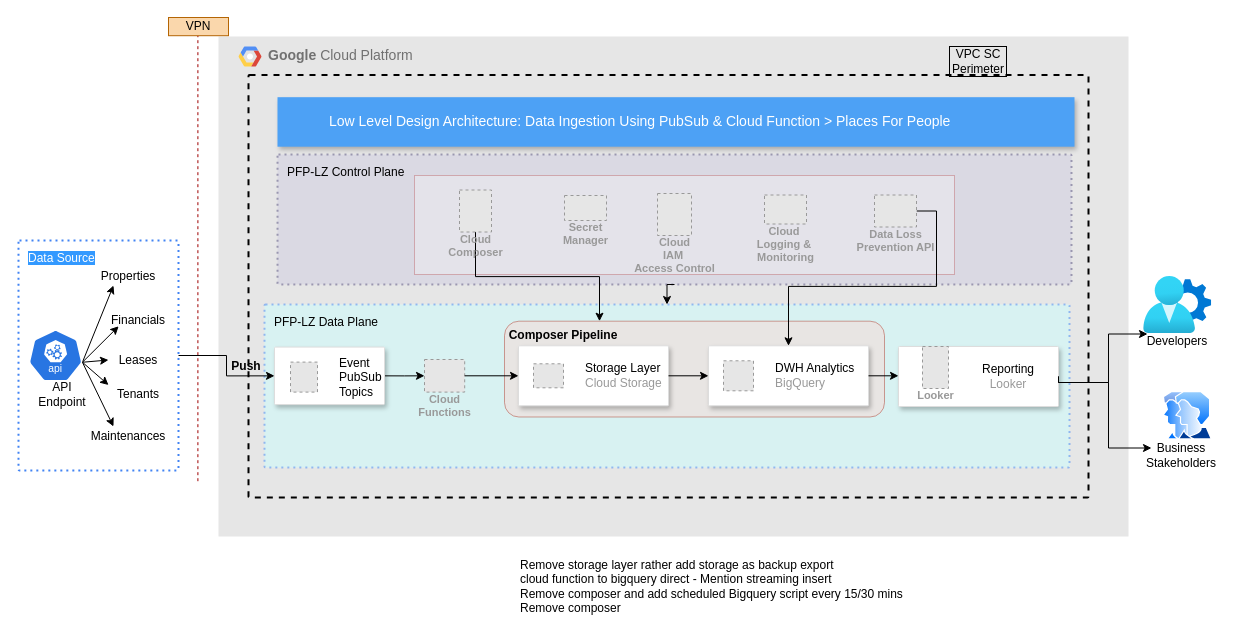
Earlier version of the draw.io diagram PFP-Sample/PFP-LLD-Approach2-v2.drawio (harshaldharme/ProjectSpaces). Source tidied: cells renumbered, new cells numbered last; positions are measured from the earlier drawing's top-left corner, leaving out a move shared by most shapes. Both pictures are drawn from the tidied source at 100%, with x=0, y=0 at pixel (18, 17). Pictures stored in the file or linked from it are replaced by grey dashed boxes.
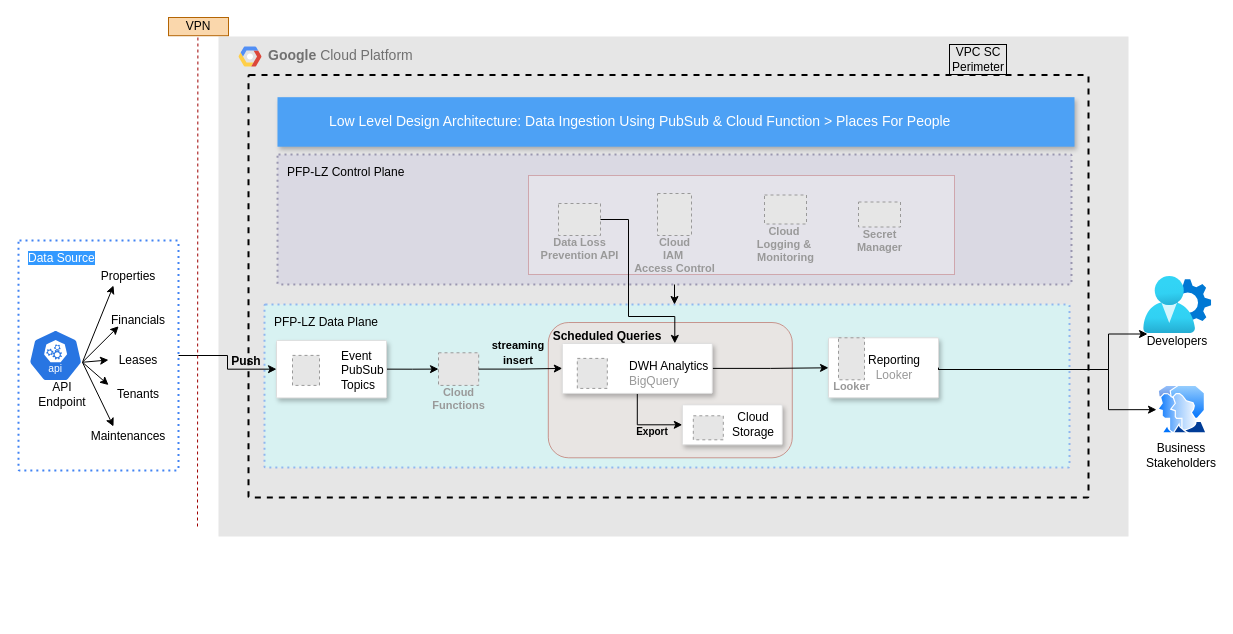
Above is the later version.

The change refers to these unchanged cells:
```xml
<mxCell id="3" value="&lt;font color=&quot;#000000&quot;&gt;PFP-LZ Data Plane&lt;/font&gt;" style="rounded=1;absoluteArcSize=1;arcSize=2;html=1;strokeColor=#4284F3;gradientColor=none;shadow=0;dashed=1;fontSize=12;fontColor=#9E9E9E;align=left;verticalAlign=top;spacing=10;spacingTop=-4;fillColor=#CCFFFF;dashPattern=1 2;strokeWidth=2;opacity=50;" parent="1" vertex="1">
  <mxGeometry x="246" y="287" width="805" height="163" as="geometry" />
</mxCell>
<mxCell id="21" value="PFP-LZ Control Plane" style="rounded=1;absoluteArcSize=1;arcSize=2;html=1;strokeColor=#56517e;shadow=0;dashed=1;fontSize=12;align=left;verticalAlign=top;spacing=10;spacingTop=-4;fillColor=#d0cee2;dashPattern=1 2;strokeWidth=2;opacity=50;" parent="1" vertex="1">
  <mxGeometry x="259" y="137" width="794" height="130" as="geometry" />
</mxCell>
<mxCell id="32" value="Business&lt;div&gt;Stakeholders&lt;/div&gt;" style="text;html=1;align=center;verticalAlign=middle;whiteSpace=wrap;rounded=0;" parent="1" vertex="1">
  <mxGeometry x="1133" y="423" width="60" height="30" as="geometry" />
</mxCell>
<mxCell id="34" value="Developers" style="text;html=1;align=center;verticalAlign=middle;whiteSpace=wrap;rounded=0;" parent="1" vertex="1">
  <mxGeometry x="1129" y="309" width="60" height="30" as="geometry" />
</mxCell>
```

Diff of the diagram source:
```diff
@@
+    <mxCell id="14" style="rounded=1;absoluteArcSize=1;arcSize=2;html=1;strokeColor=#000000;gradientColor=none;shadow=0;dashed=1;fontSize=12;fontColor=#9E9E9E;align=left;verticalAlign=top;spacing=10;spacingTop=-4;fillColor=none;strokeWidth=2;" parent="1" vertex="1">
+      <mxGeometry x="230" y="57.5" width="840" height="422.5" as="geometry" />
+    </mxCell>
@@
-    <mxCell id="4" style="group;" parent="1" vertex="1">
-      <mxGeometry x="150" width="920" height="479" as="geometry" />
-    </mxCell>
-    <mxCell id="5" style="rounded=1;whiteSpace=wrap;html=1;opacity=50;fillColor=#fad9d5;strokeColor=#ae4132;" parent="4" vertex="1">
-      <mxGeometry x="336" y="303.7" width="380" height="95.8" as="geometry" />
-    </mxCell>
-    <mxCell id="6" style="endArrow=none;html=1;rounded=0;dashed=1;strokeColor=#9E0000;" parent="4" edge="1">
-      <mxGeometry relative="1" as="geometry">
-        <mxPoint x="29.4" y="463.7" as="sourcePoint" />
-        <mxPoint x="29.4" y="18.2" as="targetPoint" />
-      </mxGeometry>
-    </mxCell>
-    <mxCell id="7" value="VPN" style="text;html=1;align=center;verticalAlign=middle;whiteSpace=wrap;rounded=0;fillColor=#fad7ac;strokeColor=#b46504;" parent="4" vertex="1">
-      <mxGeometry width="60" height="18.2" as="geometry" />
-    </mxCell>
-    <mxCell id="8" value="Push" style="text;html=1;align=center;verticalAlign=middle;whiteSpace=wrap;rounded=0;fontStyle=1;" parent="4" vertex="1">
-      <mxGeometry x="48" y="334.3" width="60" height="28.7" as="geometry" />
-    </mxCell>
-    <mxCell id="9" value="&lt;b&gt;Composer Pipeline&lt;/b&gt;" style="text;html=1;align=center;verticalAlign=middle;whiteSpace=wrap;rounded=0;" parent="4" vertex="1">
-      <mxGeometry x="336" y="303.7" width="118" height="28.7" as="geometry" />
-    </mxCell>
-    <mxCell id="10" style="edgeStyle=orthogonalEdgeStyle;rounded=0;jettySize=auto;html=1;exitX=1;exitY=0.5;exitDx=0;exitDy=0;entryX=0;entryY=0.5;entryDx=0;entryDy=0;" parent="4" edge="1" source="11" target="13">
-      <mxGeometry relative="1" as="geometry" />
-    </mxCell>
-    <mxCell id="11" style="strokeColor=#dddddd;shadow=1;strokeWidth=1;rounded=1;absoluteArcSize=1;arcSize=2;" parent="4" vertex="1">
-      <mxGeometry x="106" y="329.6" width="110" height="57.5" as="geometry" />
-    </mxCell>
-    <mxCell id="12" value="&lt;font color=&quot;#000000&quot;&gt;Event &lt;br&gt;PubSub &lt;br&gt;Topics&lt;/font&gt;" style="fillColor=#E6E6E6;strokeColor=#999999;dashed=1;html=1;fontColor=#999999;verticalLabelPosition=middle;verticalAlign=middle;labelPosition=right;align=left;spacingLeft=20;" parent="11" vertex="1">
-      <mxGeometry width="27" height="30" relative="1" as="geometry">
-        <mxPoint x="16" y="15" as="offset" />
-      </mxGeometry>
-    </mxCell>
-    <mxCell id="13" value="Cloud&#10;Functions" style="fillColor=#E6E6E6;strokeColor=#999999;dashed=1;html=1;verticalAlign=top;labelPosition=center;verticalLabelPosition=bottom;align=center;spacingTop=-6;fontSize=11;fontStyle=1;fontColor=#999999;" parent="4" vertex="1">
-      <mxGeometry x="256" y="342" width="40.2" height="32.6" as="geometry" />
-    </mxCell>
-    <mxCell id="14" style="rounded=1;absoluteArcSize=1;arcSize=2;html=1;strokeColor=#000000;gradientColor=none;shadow=0;dashed=1;fontSize=12;fontColor=#9E9E9E;align=left;verticalAlign=top;spacing=10;spacingTop=-4;fillColor=none;strokeWidth=2;" parent="4" vertex="1">
-      <mxGeometry x="80" y="57.5" width="840" height="422.5" as="geometry" />
-    </mxCell>
-    <mxCell id="15" style="strokeColor=#dddddd;shadow=1;strokeWidth=1;rounded=1;absoluteArcSize=1;arcSize=2;" parent="4" vertex="1">
-      <mxGeometry x="350" y="328.3" width="150" height="60" as="geometry" />
-    </mxCell>
-    <mxCell id="16" value="&lt;font color=&quot;#000000&quot;&gt;Storage Layer&lt;/font&gt;&lt;br&gt;Cloud Storage" style="fillColor=#E6E6E6;strokeColor=#999999;dashed=1;html=1;fontColor=#999999;verticalLabelPosition=middle;verticalAlign=middle;labelPosition=right;align=left;spacingLeft=20;" parent="15" vertex="1">
-      <mxGeometry width="30" height="24" relative="1" as="geometry">
-        <mxPoint x="15" y="18" as="offset" />
-      </mxGeometry>
-    </mxCell>
-    <mxCell id="17" style="edgeStyle=orthogonalEdgeStyle;rounded=0;jettySize=auto;html=1;exitX=1;exitY=0.5;exitDx=0;exitDy=0;entryX=0;entryY=0.5;entryDx=0;entryDy=0;" parent="4" edge="1" source="13" target="15">
-      <mxGeometry relative="1" as="geometry" />
-    </mxCell>
-    <mxCell id="18" style="strokeColor=#dddddd;shadow=1;strokeWidth=1;rounded=1;absoluteArcSize=1;arcSize=2;" parent="4" vertex="1">
-      <mxGeometry x="540" y="328.3" width="160" height="60" as="geometry" />
-    </mxCell>
-    <mxCell id="19" value="&lt;div&gt;&lt;font color=&quot;#000000&quot;&gt;DWH Analytics&lt;/font&gt;&lt;br&gt;BigQuery&lt;/div&gt;" style="fillColor=#E6E6E6;strokeColor=#999999;dashed=1;html=1;fontColor=#999999;verticalLabelPosition=middle;verticalAlign=middle;labelPosition=right;align=left;spacingLeft=20;" parent="18" vertex="1">
-      <mxGeometry width="30" height="30" relative="1" as="geometry">
-        <mxPoint x="15" y="15" as="offset" />
-      </mxGeometry>
-    </mxCell>
-    <mxCell id="20" style="edgeStyle=orthogonalEdgeStyle;rounded=0;jettySize=auto;html=1;exitX=1;exitY=0.5;exitDx=0;exitDy=0;entryX=0;entryY=0.5;entryDx=0;entryDy=0;" parent="4" edge="1" source="15" target="18">
-      <mxGeometry relative="1" as="geometry" />
-    </mxCell>
@@
     <mxCell id="22" style="rounded=0;whiteSpace=wrap;html=1;opacity=25;strokeColor=#9E0000;" parent="1" vertex="1">
-      <mxGeometry x="396" y="158" width="540" height="99" as="geometry" />
+      <mxGeometry x="510" y="158" width="426" height="99" as="geometry" />
     </mxCell>
-    <mxCell id="23" style="edgeStyle=orthogonalEdgeStyle;rounded=0;jettySize=auto;html=1;exitX=0.5;exitY=1;exitDx=0;exitDy=0;entryX=0.5;entryY=0;entryDx=0;entryDy=0;" parent="1" edge="1" source="21" target="3">
-      <mxGeometry relative="1" as="geometry" />
+    <mxCell id="23" style="edgeStyle=orthogonalEdgeStyle;rounded=0;jettySize=auto;html=1;exitX=0.5;exitY=1;exitDx=0;exitDy=0;" parent="1" edge="1" source="21">
+      <mxGeometry relative="1" as="geometry">
+        <mxPoint x="656" y="287" as="targetPoint" />
+      </mxGeometry>
     </mxCell>
@@
-    <mxCell id="27" style="edgeStyle=orthogonalEdgeStyle;rounded=0;jettySize=auto;html=1;exitX=1;exitY=0.5;exitDx=0;exitDy=0;entryX=0.5;entryY=0;entryDx=0;entryDy=0;" parent="1" edge="1" source="28" target="18">
-      <mxGeometry relative="1" as="geometry" />
-    </mxCell>
     <mxCell id="28" value="Data Loss&#10;Prevention API" style="fillColor=#E6E6E6;strokeColor=#999999;dashed=1;html=1;verticalAlign=top;labelPosition=center;verticalLabelPosition=bottom;align=center;spacingTop=-6;fontSize=11;fontStyle=1;fontColor=#999999;" parent="1" vertex="1">
-      <mxGeometry x="856" y="177.5" width="42" height="32" as="geometry" />
+      <mxGeometry x="540" y="186" width="42" height="32" as="geometry" />
     </mxCell>
-    <mxCell id="29" style="edgeStyle=orthogonalEdgeStyle;rounded=0;jettySize=auto;html=1;exitX=1;exitY=0.5;exitDx=0;exitDy=0;entryX=0;entryY=0.5;entryDx=0;entryDy=0;" parent="1" edge="1" source="18" target="37">
-      <mxGeometry relative="1" as="geometry" />
-    </mxCell>
@@
     <mxCell id="31" style="image;perimeter=ellipsePerimeter;html=1;align=center;shadow=0;dashed=0;spacingTop=3;image=img/lib/active_directory/user_accounts.svg;flipV=0;flipH=1;" parent="1" vertex="1">
-      <mxGeometry x="1143.2" y="374" width="50" height="48.5" as="geometry" />
+      <mxGeometry x="1138" y="367.9" width="50" height="48.5" as="geometry" />
     </mxCell>
@@
     <mxCell id="35" value="Secret&#10;Manager" style="fillColor=#E6E6E6;strokeColor=#999999;dashed=1;html=1;verticalAlign=top;labelPosition=center;verticalLabelPosition=bottom;align=center;spacingTop=-6;fontSize=11;fontStyle=1;fontColor=#999999;" parent="1" vertex="1">
-      <mxGeometry x="546" y="178" width="42" height="25" as="geometry" />
+      <mxGeometry x="840" y="184.5" width="42" height="25" as="geometry" />
     </mxCell>
     <mxCell id="36" style="group;" parent="1" vertex="1">
-      <mxGeometry x="880" y="329" width="160" height="60" as="geometry" />
+      <mxGeometry x="810" y="320.3" width="160" height="60" as="geometry" />
     </mxCell>
+    <mxCell id="61" style="group;" parent="36" vertex="1">
+      <mxGeometry width="110" height="60" as="geometry" />
+    </mxCell>
-    <mxCell id="37" style="strokeColor=#dddddd;shadow=1;strokeWidth=1;rounded=1;absoluteArcSize=1;arcSize=2;" parent="36" vertex="1">
-      <mxGeometry width="160" height="60" as="geometry" />
+    <mxCell id="37" style="strokeColor=#dddddd;shadow=1;strokeWidth=1;rounded=1;absoluteArcSize=1;arcSize=2;" parent="61" vertex="1">
+      <mxGeometry width="110" height="60" as="geometry" />
     </mxCell>
-    <mxCell id="38" value="Looker" style="fillColor=#E6E6E6;strokeColor=#999999;dashed=1;html=1;verticalAlign=top;labelPosition=center;verticalLabelPosition=bottom;align=center;spacingTop=-6;fontSize=11;fontStyle=1;fontColor=#999999;" parent="36" vertex="1">
-      <mxGeometry x="24" width="26" height="42" as="geometry" />
+    <mxCell id="38" value="Looker" style="fillColor=#E6E6E6;strokeColor=#999999;dashed=1;html=1;verticalAlign=top;labelPosition=center;verticalLabelPosition=bottom;align=center;spacingTop=-6;fontSize=11;fontStyle=1;fontColor=#999999;" parent="61" vertex="1">
+      <mxGeometry x="10" width="26" height="42" as="geometry" />
     </mxCell>
-    <mxCell id="39" value="Reporting&lt;div&gt;&lt;font color=&quot;#999999&quot;&gt;Looker&lt;/font&gt;&lt;/div&gt;" style="text;html=1;align=center;verticalAlign=middle;whiteSpace=wrap;rounded=0;" parent="36" vertex="1">
-      <mxGeometry x="80" y="15" width="60" height="30" as="geometry" />
+    <mxCell id="39" value="Reporting&lt;div&gt;&lt;font color=&quot;#999999&quot;&gt;Looker&lt;/font&gt;&lt;/div&gt;" style="text;html=1;align=center;verticalAlign=middle;whiteSpace=wrap;rounded=0;" parent="61" vertex="1">
+      <mxGeometry x="36" y="15" width="60" height="30" as="geometry" />
     </mxCell>
-    <mxCell id="40" style="edgeStyle=orthogonalEdgeStyle;rounded=0;jettySize=auto;html=1;exitX=0.5;exitY=1;exitDx=0;exitDy=0;entryX=0.25;entryY=0;entryDx=0;entryDy=0;" parent="1" edge="1" source="41" target="5">
-      <mxGeometry relative="1" as="geometry" />
-    </mxCell>
-    <mxCell id="41" value="Cloud&#10;Composer" style="fillColor=#E6E6E6;strokeColor=#999999;dashed=1;html=1;verticalAlign=top;labelPosition=center;verticalLabelPosition=bottom;align=center;spacingTop=-6;fontSize=11;fontStyle=1;fontColor=#999999;" parent="1" vertex="1">
-      <mxGeometry x="441" y="172.5" width="32" height="42" as="geometry" />
-    </mxCell>
     <mxCell id="42" style="edgeStyle=orthogonalEdgeStyle;rounded=0;jettySize=auto;html=1;exitX=1;exitY=0.5;exitDx=0;exitDy=0;entryX=0;entryY=0.25;entryDx=0;entryDy=0;" parent="1" edge="1" source="37" target="34">
       <mxGeometry relative="1" as="geometry">
         <Array as="points">
-          <mxPoint x="1090" y="365" />
+          <mxPoint x="1090" y="352" />
           <mxPoint x="1090" y="317" />
         </Array>
       </mxGeometry>
     </mxCell>
-    <mxCell id="43" style="edgeStyle=orthogonalEdgeStyle;rounded=0;jettySize=auto;html=1;exitX=1;exitY=0.5;exitDx=0;exitDy=0;entryX=0;entryY=0.25;entryDx=0;entryDy=0;" parent="1" edge="1" source="37" target="32">
+    <mxCell id="43" style="edgeStyle=orthogonalEdgeStyle;rounded=0;jettySize=auto;html=1;exitX=1;exitY=0.5;exitDx=0;exitDy=0;entryX=0;entryY=0.5;entryDx=0;entryDy=0;" parent="1" edge="1" source="37" target="31">
       <mxGeometry relative="1" as="geometry">
         <Array as="points">
-          <mxPoint x="1090" y="365" />
-          <mxPoint x="1090" y="431" />
+          <mxPoint x="1090" y="352" />
+          <mxPoint x="1090" y="392" />
         </Array>
       </mxGeometry>
     </mxCell>
@@
     <mxCell id="59" value="VPC SC Perimeter" style="text;html=1;align=center;verticalAlign=middle;whiteSpace=wrap;rounded=0;fontFamily=Helvetica;fontSize=12;fontColor=default;labelBorderColor=#000000;" parent="1" vertex="1">
-      <mxGeometry x="930" y="29" width="60" height="30" as="geometry" />
+      <mxGeometry x="930" y="27" width="60" height="30" as="geometry" />
     </mxCell>
-    <mxCell id="60" value="Remove storage layer rather add storage as backup export&lt;div&gt;cloud function to bigquery direct -&amp;nbsp;&lt;span style=&quot;background-color: initial;&quot;&gt;Mention streaming insert&lt;/span&gt;&lt;/div&gt;&lt;div&gt;Remove composer and add scheduled Bigquery script every 15/30 mins&lt;/div&gt;&lt;div&gt;Remove composer&amp;nbsp;&lt;/div&gt;" style="text;html=1;align=left;verticalAlign=middle;whiteSpace=wrap;rounded=0;" parent="1" vertex="1">
-      <mxGeometry x="500" y="539" width="420" height="60" as="geometry" />
-    </mxCell>
+    <mxCell id="5" style="rounded=1;whiteSpace=wrap;html=1;opacity=50;fillColor=#fad9d5;strokeColor=#ae4132;" parent="1" vertex="1">
+      <mxGeometry x="529.8" y="305" width="244" height="135.3" as="geometry" />
+    </mxCell>
+    <mxCell id="8" value="Push" style="text;html=1;align=center;verticalAlign=middle;whiteSpace=wrap;rounded=0;fontStyle=1;" parent="1" vertex="1">
+      <mxGeometry x="198" y="329.3" width="60" height="28.7" as="geometry" />
+    </mxCell>
+    <mxCell id="9" value="&lt;b&gt;Scheduled Queries&lt;/b&gt;" style="text;html=1;align=center;verticalAlign=middle;whiteSpace=wrap;rounded=0;" parent="1" vertex="1">
+      <mxGeometry x="529.8" y="305" width="118" height="28.7" as="geometry" />
+    </mxCell>
+    <mxCell id="10" style="edgeStyle=orthogonalEdgeStyle;rounded=0;jettySize=auto;html=1;exitX=1;exitY=0.5;exitDx=0;exitDy=0;entryX=0;entryY=0.5;entryDx=0;entryDy=0;" parent="1" edge="1" source="11" target="13">
+      <mxGeometry relative="1" as="geometry" />
+    </mxCell>
+    <mxCell id="11" style="strokeColor=#dddddd;shadow=1;strokeWidth=1;rounded=1;absoluteArcSize=1;arcSize=2;" parent="1" vertex="1">
+      <mxGeometry x="258" y="322.9" width="110" height="57.5" as="geometry" />
+    </mxCell>
+    <mxCell id="12" value="&lt;font color=&quot;#000000&quot;&gt;Event &lt;br&gt;PubSub &lt;br&gt;Topics&lt;/font&gt;" style="fillColor=#E6E6E6;strokeColor=#999999;dashed=1;html=1;fontColor=#999999;verticalLabelPosition=middle;verticalAlign=middle;labelPosition=right;align=left;spacingLeft=20;" parent="11" vertex="1">
+      <mxGeometry width="27" height="30" relative="1" as="geometry">
+        <mxPoint x="16" y="15" as="offset" />
+      </mxGeometry>
+    </mxCell>
+    <mxCell id="13" value="Cloud&#10;Functions" style="fillColor=#E6E6E6;strokeColor=#999999;dashed=1;html=1;verticalAlign=top;labelPosition=center;verticalLabelPosition=bottom;align=center;spacingTop=-6;fontSize=11;fontStyle=1;fontColor=#999999;" parent="1" vertex="1">
+      <mxGeometry x="420" y="335.3" width="40.2" height="32.6" as="geometry" />
+    </mxCell>
+    <mxCell id="17" style="edgeStyle=orthogonalEdgeStyle;rounded=0;jettySize=auto;html=1;exitX=1;exitY=0.5;exitDx=0;exitDy=0;entryX=0;entryY=0.5;entryDx=0;entryDy=0;" parent="1" edge="1" source="13" target="18">
+      <mxGeometry relative="1" as="geometry" />
+    </mxCell>
+    <mxCell id="62" style="edgeStyle=orthogonalEdgeStyle;rounded=0;jettySize=auto;html=1;exitX=0.5;exitY=1;exitDx=0;exitDy=0;entryX=0;entryY=0.5;entryDx=0;entryDy=0;" parent="1" edge="1" source="18" target="65">
+      <mxGeometry relative="1" as="geometry" />
+    </mxCell>
+    <mxCell id="29" style="edgeStyle=orthogonalEdgeStyle;rounded=0;jettySize=auto;html=1;exitX=1;exitY=0.5;exitDx=0;exitDy=0;entryX=0;entryY=0.5;entryDx=0;entryDy=0;" parent="1" edge="1" source="18" target="37">
+      <mxGeometry relative="1" as="geometry" />
+    </mxCell>
+    <mxCell id="18" style="strokeColor=#dddddd;shadow=1;strokeWidth=1;rounded=1;absoluteArcSize=1;arcSize=2;" parent="1" vertex="1">
+      <mxGeometry x="543.8" y="325.9" width="150" height="50" as="geometry" />
+    </mxCell>
+    <mxCell id="19" value="&lt;div&gt;&lt;font color=&quot;#000000&quot;&gt;DWH Analytics&lt;/font&gt;&lt;br&gt;BigQuery&lt;/div&gt;" style="fillColor=#E6E6E6;strokeColor=#999999;dashed=1;html=1;fontColor=#999999;verticalLabelPosition=middle;verticalAlign=middle;labelPosition=right;align=left;spacingLeft=20;" parent="18" vertex="1">
+      <mxGeometry width="30" height="30" relative="1" as="geometry">
+        <mxPoint x="15" y="15" as="offset" />
+      </mxGeometry>
+    </mxCell>
+    <mxCell id="63" style="group;" parent="1" vertex="1">
+      <mxGeometry x="150" width="60" height="463.7" as="geometry" />
+    </mxCell>
+    <mxCell id="6" style="endArrow=none;html=1;rounded=0;dashed=1;strokeColor=#9E0000;" parent="63" edge="1">
+      <mxGeometry relative="1" as="geometry">
+        <mxPoint x="29" y="509" as="sourcePoint" />
+        <mxPoint x="29.4" y="18.2" as="targetPoint" />
+      </mxGeometry>
+    </mxCell>
+    <mxCell id="7" value="VPN" style="text;html=1;align=center;verticalAlign=middle;whiteSpace=wrap;rounded=0;fillColor=#fad7ac;strokeColor=#b46504;" parent="63" vertex="1">
+      <mxGeometry width="60" height="18.2" as="geometry" />
+    </mxCell>
+    <mxCell id="64" style="group;" parent="1" vertex="1">
+      <mxGeometry x="663.8" y="387.3" width="101" height="53" as="geometry" />
+    </mxCell>
+    <mxCell id="65" style="strokeColor=#dddddd;shadow=1;strokeWidth=1;rounded=1;absoluteArcSize=1;arcSize=2;" parent="64" vertex="1">
+      <mxGeometry width="100" height="40" as="geometry" />
+    </mxCell>
+    <mxCell id="66" style="fillColor=#E6E6E6;strokeColor=#999999;dashed=1;html=1;fontColor=#999999;verticalLabelPosition=middle;verticalAlign=middle;labelPosition=right;align=left;spacingLeft=20;" parent="64" vertex="1">
+      <mxGeometry x="11" y="11" width="30" height="24" as="geometry">
+        <mxPoint x="15" y="18" as="offset" />
+      </mxGeometry>
+    </mxCell>
+    <mxCell id="67" value="Cloud Storage" style="text;html=1;align=center;verticalAlign=middle;whiteSpace=wrap;rounded=0;" parent="64" vertex="1">
+      <mxGeometry x="41" y="5" width="60" height="30" as="geometry" />
+    </mxCell>
+    <mxCell id="68" value="&lt;font style=&quot;font-size: 10px;&quot;&gt;&lt;b&gt;Export&lt;/b&gt;&lt;/font&gt;" style="text;html=1;align=center;verticalAlign=middle;whiteSpace=wrap;rounded=0;" parent="1" vertex="1">
+      <mxGeometry x="603.8" y="399.3" width="60" height="30" as="geometry" />
+    </mxCell>
+    <mxCell id="27" style="edgeStyle=orthogonalEdgeStyle;rounded=0;jettySize=auto;html=1;exitX=1;exitY=0.5;exitDx=0;exitDy=0;entryX=0.75;entryY=0;entryDx=0;entryDy=0;" parent="1" edge="1" source="28" target="18">
+      <mxGeometry relative="1" as="geometry">
+        <Array as="points">
+          <mxPoint x="610" y="202" />
+          <mxPoint x="610" y="299" />
+          <mxPoint x="656" y="299" />
+        </Array>
+      </mxGeometry>
+    </mxCell>
+    <mxCell id="69" value="&lt;font style=&quot;font-size: 11px;&quot;&gt;&lt;b&gt;streaming&lt;/b&gt;&lt;/font&gt;&lt;div&gt;&lt;font style=&quot;font-size: 11px;&quot;&gt;&lt;b&gt;insert&lt;/b&gt;&lt;/font&gt;&lt;/div&gt;" style="text;html=1;align=center;verticalAlign=middle;whiteSpace=wrap;rounded=0;" parent="1" vertex="1">
+      <mxGeometry x="469.8" y="320.3" width="60" height="30" as="geometry" />
+    </mxCell>
```
